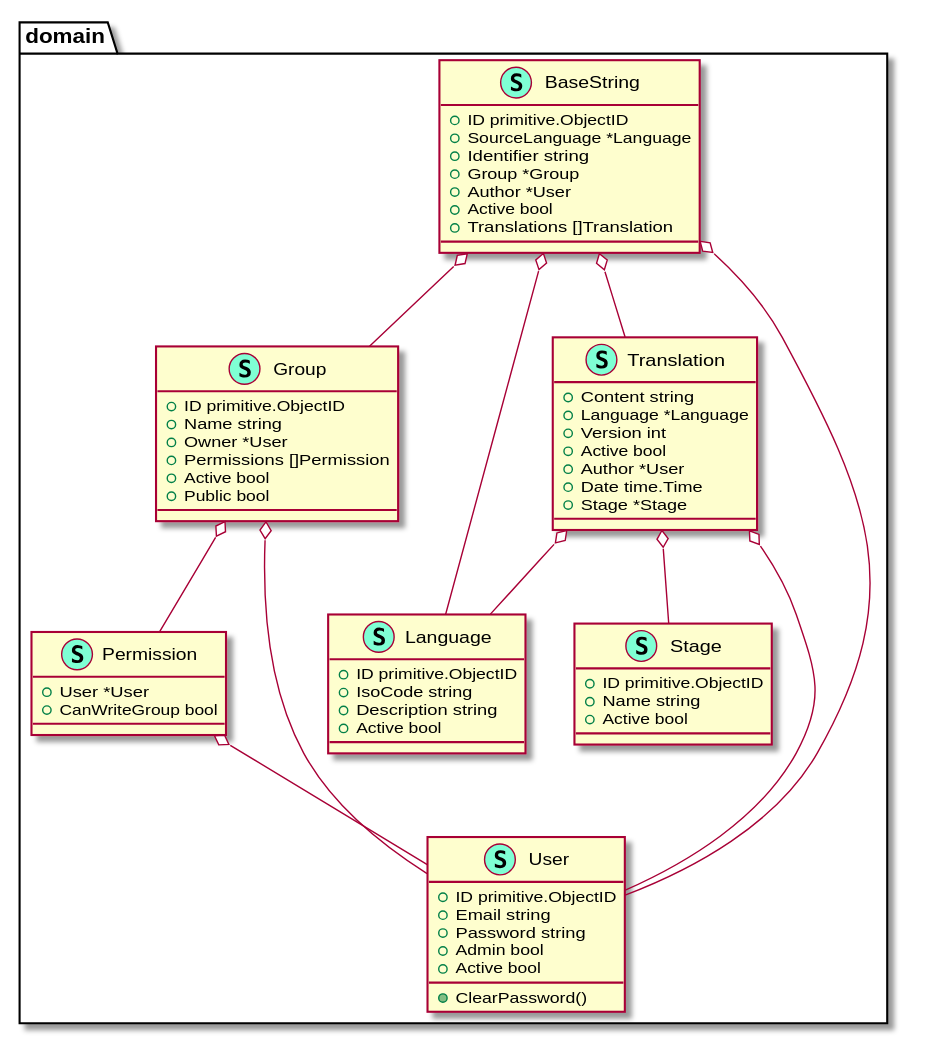
This is backend/assets/dist/UmlDiagram.svg from cafeteru/LocalizeMe, a PlantUML export, as it was before one commit. Source of this version:
```plantuml
@startuml
namespace domain {
    class BaseString << (S,Aquamarine) >> {
        + ID primitive.ObjectID
        + SourceLanguage *Language
        + Identifier string
        + Group *Group
        + Author *User
        + Active bool
        + Translations []Translation

    }
    class Group << (S,Aquamarine) >> {
        + ID primitive.ObjectID
        + Name string
        + Owner *User
        + Permissions []Permission
        + Active bool
        + Public bool

    }
    class Language << (S,Aquamarine) >> {
        + ID primitive.ObjectID
        + IsoCode string
        + Description string
        + Active bool

    }
    class Permission << (S,Aquamarine) >> {
        + User *User
        + CanWriteGroup bool

    }
    class Stage << (S,Aquamarine) >> {
        + ID primitive.ObjectID
        + Name string
        + Active bool

    }
    class Translation << (S,Aquamarine) >> {
        + Content string
        + Language *Language
        + Version int
        + Active bool
        + Author *User
        + Date time.Time
        + Stage *Stage

    }
    class User << (S,Aquamarine) >> {
        + ID primitive.ObjectID
        + Email string
        + Password string
        + Admin bool
        + Active bool

        + ClearPassword()

    }
}


"domain.BaseString" o-- "domain.Group"
"domain.BaseString" o-- "domain.Language"
"domain.BaseString" o-- "domain.Translation"
"domain.BaseString" o-- "domain.User"
"domain.Group" o-- "domain.Permission"
"domain.Group" o-- "domain.User"
"domain.Permission" o-- "domain.User"
"domain.Translation" o-- "domain.Language"
"domain.Translation" o-- "domain.Stage"
"domain.Translation" o-- "domain.User"

@enduml
```
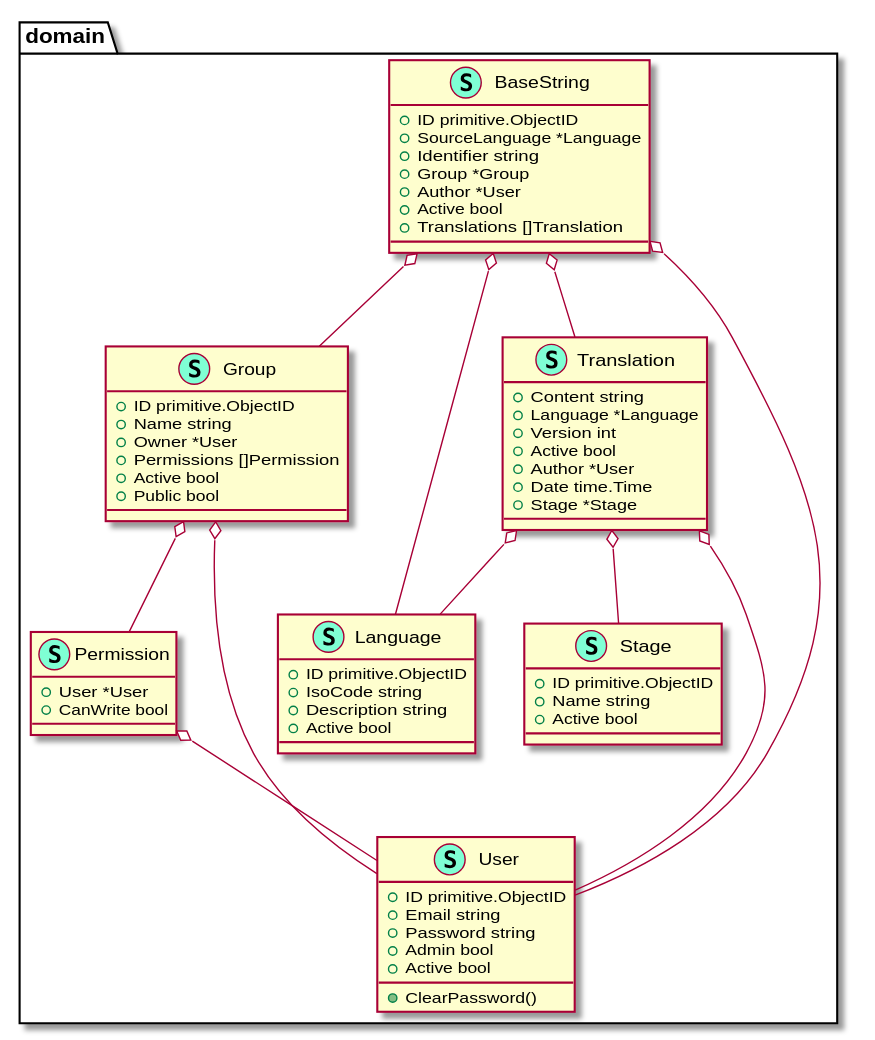
After the commit.

The edit, as a diff of the source:
```diff
@@ -28,7 +28,7 @@
     }
     class Permission << (S,Aquamarine) >> {
         + User *User
-        + CanWriteGroup bool
+        + CanWrite bool
 
     }
     class Stage << (S,Aquamarine) >> {
```
